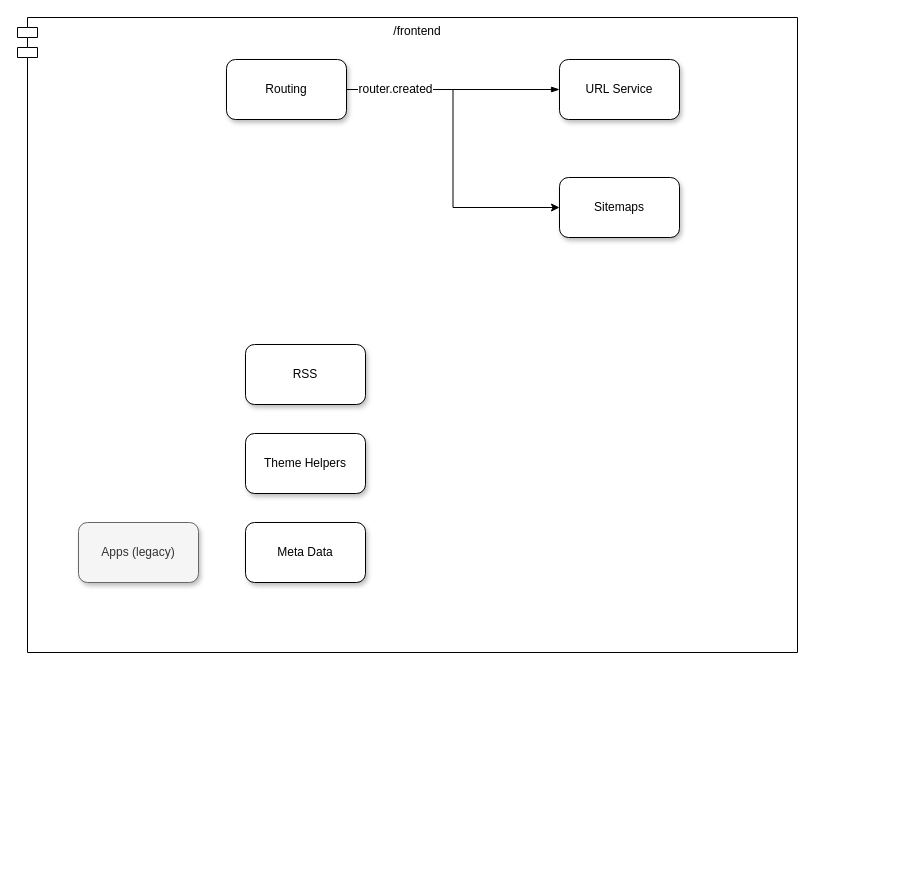
TryGhost/architecture-diagrams keeps this draw.io diagram as page "Frontend" (5 of 10) of ghost.drawio. Above is the earlier version. Source tidied: cells renumbered, new cells numbered last; positions are measured from the earlier drawing's top-left corner, leaving out a move shared by most shapes. Both pictures are drawn from the tidied source at 100%, with x=0, y=0 at pixel (17, 17).
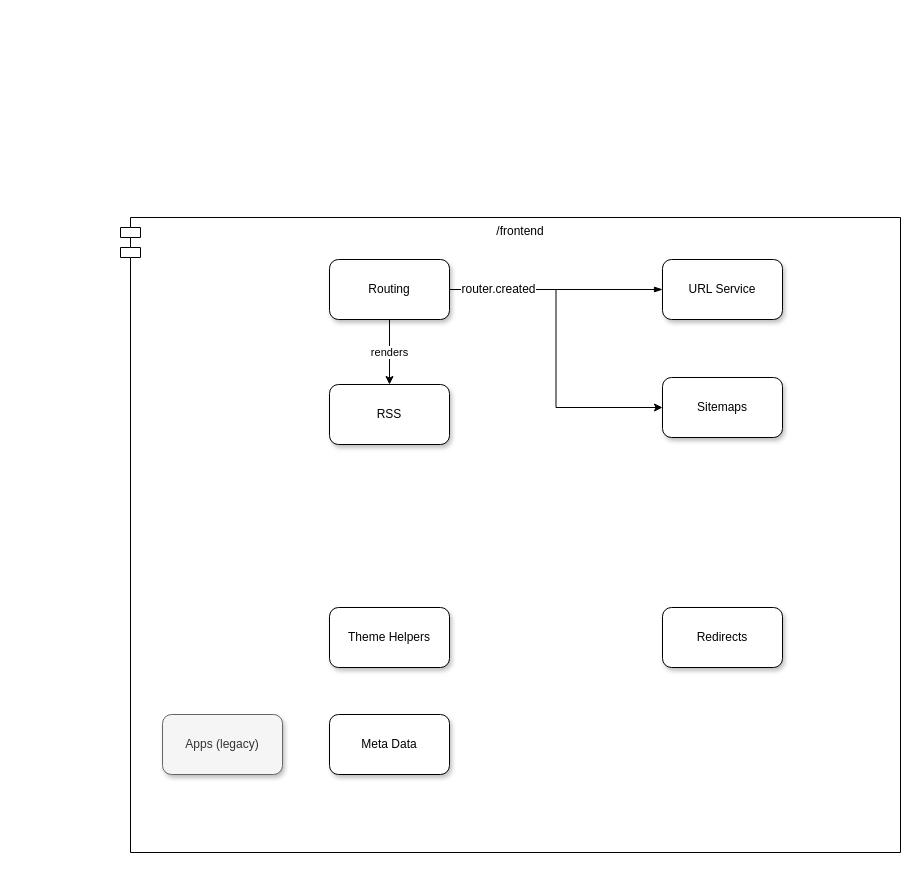
The same page after the edit.

What changed in the source:
```diff
@@
 <mxGraphModel>
   <root>
     <mxCell id="0" />
     <mxCell id="1" parent="0" />
     <mxCell id="2" value="/frontend" style="shape=module;align=left;spacingLeft=20;align=center;verticalAlign=top;" parent="1" vertex="1">
-      <mxGeometry width="780" height="635" as="geometry" />
+      <mxGeometry x="103" y="200" width="780" height="635" as="geometry" />
     </mxCell>
     <mxCell id="3" value="Apps (legacy)" style="rounded=1;whiteSpace=wrap;html=1;shadow=1;glass=0;comic=0;fillColor=#f5f5f5;strokeColor=#666666;fontColor=#333333;" parent="1" vertex="1">
-      <mxGeometry x="61" y="505" width="120" height="60" as="geometry" />
+      <mxGeometry x="145" y="697" width="120" height="60" as="geometry" />
     </mxCell>
     <mxCell id="4" value="Theme Helpers" style="rounded=1;whiteSpace=wrap;html=1;shadow=1;glass=0;comic=0;" parent="1" vertex="1">
-      <mxGeometry x="228" y="416" width="120" height="60" as="geometry" />
+      <mxGeometry x="312" y="590" width="120" height="60" as="geometry" />
     </mxCell>
     <mxCell id="5" value="Meta Data" style="rounded=1;whiteSpace=wrap;html=1;shadow=1;glass=0;comic=0;" parent="1" vertex="1">
-      <mxGeometry x="228" y="505" width="120" height="60" as="geometry" />
+      <mxGeometry x="312" y="697" width="120" height="60" as="geometry" />
     </mxCell>
     <mxCell id="6" style="edgeStyle=orthogonalEdgeStyle;rounded=0;jettySize=auto;html=1;entryX=0;entryY=0.5;entryDx=0;entryDy=0;" parent="1" edge="1" source="7" target="10">
       <mxGeometry relative="1" as="geometry" />
     </mxCell>
+    <mxCell id="12" value="renders" style="edgeStyle=orthogonalEdgeStyle;rounded=0;jettySize=auto;html=1;" parent="1" edge="1" source="7" target="8">
+      <mxGeometry relative="1" as="geometry" />
+    </mxCell>
     <mxCell id="7" value="Routing" style="rounded=1;whiteSpace=wrap;html=1;shadow=1;glass=0;comic=0;" parent="1" vertex="1">
-      <mxGeometry x="209" y="42" width="120" height="60" as="geometry" />
+      <mxGeometry x="312" y="242" width="120" height="60" as="geometry" />
     </mxCell>
     <mxCell id="8" value="RSS" style="rounded=1;whiteSpace=wrap;html=1;shadow=1;glass=0;comic=0;" parent="1" vertex="1">
-      <mxGeometry x="228" y="327" width="120" height="60" as="geometry" />
+      <mxGeometry x="312" y="367" width="120" height="60" as="geometry" />
     </mxCell>
     <mxCell id="9" value="URL Service" style="rounded=1;whiteSpace=wrap;html=1;shadow=1;glass=0;comic=0;" parent="1" vertex="1">
-      <mxGeometry x="542" y="42" width="120" height="60" as="geometry" />
+      <mxGeometry x="645" y="242" width="120" height="60" as="geometry" />
     </mxCell>
     <mxCell id="10" value="Sitemaps" style="rounded=1;whiteSpace=wrap;html=1;shadow=1;glass=0;comic=0;" parent="1" vertex="1">
-      <mxGeometry x="542" y="160" width="120" height="60" as="geometry" />
+      <mxGeometry x="645" y="360" width="120" height="60" as="geometry" />
     </mxCell>
     <mxCell id="11" value="&lt;span style=&quot;color: rgb(0 , 0 , 0) ; font-family: &amp;#34;helvetica&amp;#34; ; font-style: normal ; letter-spacing: normal ; text-align: center ; text-indent: 0px ; text-transform: none ; word-spacing: 0px ; background-color: rgb(255 , 255 , 255)&quot;&gt;&lt;font style=&quot;font-size: 12px&quot;&gt;router.created&lt;/font&gt;&lt;/span&gt;" style="edgeStyle=none;rounded=0;jettySize=auto;html=1;endArrow=blockThin;endFill=1;strokeColor=#000000;" parent="1" edge="1" source="7" target="9">
       <mxGeometry x="-0.54" relative="1" as="geometry" />
     </mxCell>
+    <mxCell id="13" value="Redirects" style="rounded=1;whiteSpace=wrap;html=1;shadow=1;glass=0;comic=0;" parent="1" vertex="1">
+      <mxGeometry x="645" y="590" width="120" height="60" as="geometry" />
+    </mxCell>
   </root>
 </mxGraphModel>
```
